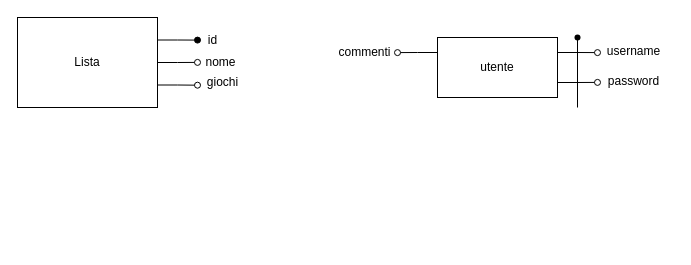
Earlier version of the draw.io diagram 7_Allegati/databaseGiochi.drawio (ZBubu/Collezione-di-Videogiochi). Source tidied: cells renumbered, new cells numbered last; positions are measured from the earlier drawing's top-left corner, leaving out a move shared by most shapes. Both pictures are drawn from the tidied source at 100%, with x=0, y=0 at pixel (17, 17).
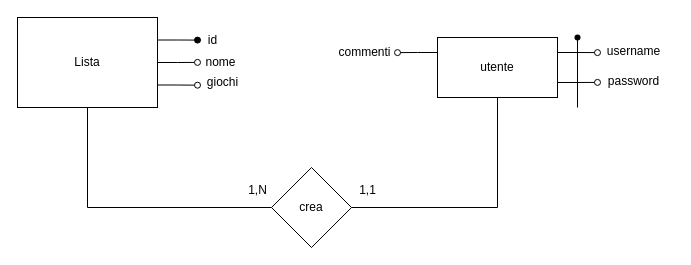
After the change.

Unchanged cells that the change refers to:
```xml
<mxCell id="5" value="Lista" style="rounded=0;whiteSpace=wrap;html=1;" parent="1" vertex="1">
  <mxGeometry width="140" height="90" as="geometry" />
</mxCell>
<mxCell id="12" value="utente" style="rounded=0;whiteSpace=wrap;html=1;" parent="1" vertex="1">
  <mxGeometry x="420" y="20" width="120" height="60" as="geometry" />
</mxCell>
```

Diff of the diagram source:
```diff
@@
+    <mxCell id="19" style="edgeStyle=orthogonalEdgeStyle;rounded=0;jettySize=auto;html=1;exitX=0.5;exitY=1;exitDx=0;exitDy=0;entryX=1;entryY=0.5;entryDx=0;entryDy=0;endArrow=none;endFill=0;" parent="1" edge="1" source="12" target="21">
+      <mxGeometry relative="1" as="geometry" />
+    </mxCell>
@@
+    <mxCell id="20" style="edgeStyle=orthogonalEdgeStyle;rounded=0;jettySize=auto;html=1;exitX=0;exitY=0.5;exitDx=0;exitDy=0;entryX=0.5;entryY=1;entryDx=0;entryDy=0;endArrow=none;endFill=0;" parent="1" edge="1" source="21" target="5">
+      <mxGeometry relative="1" as="geometry" />
+    </mxCell>
+    <mxCell id="21" value="crea" style="rhombus;whiteSpace=wrap;html=1;" parent="1" vertex="1">
+      <mxGeometry x="254" y="150" width="80" height="80" as="geometry" />
+    </mxCell>
+    <mxCell id="22" value="1,1" style="text;html=1;align=center;verticalAlign=middle;strokeColor=none;fillColor=none;" parent="1" vertex="1">
+      <mxGeometry x="330" y="158" width="40" height="30" as="geometry" />
+    </mxCell>
+    <mxCell id="23" value="1,N" style="text;html=1;align=center;verticalAlign=middle;strokeColor=none;fillColor=none;" parent="1" vertex="1">
+      <mxGeometry x="220" y="158" width="40" height="30" as="geometry" />
+    </mxCell>
```
